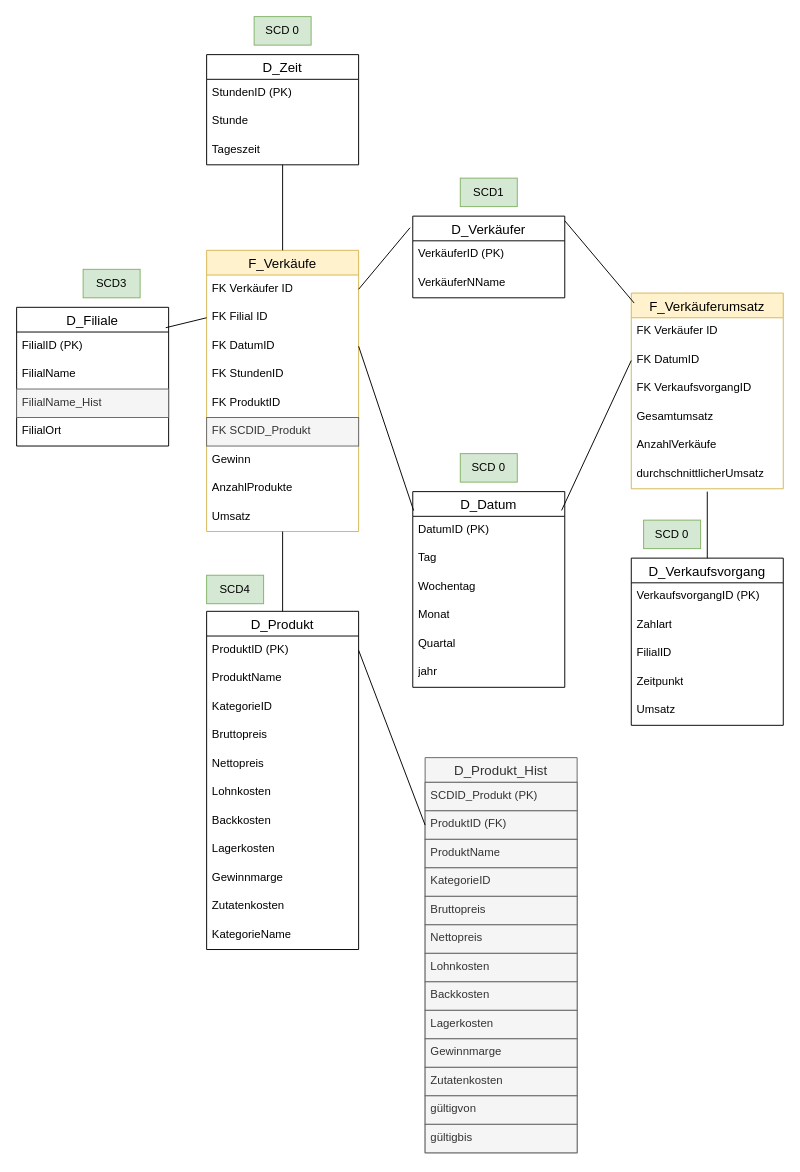
Above: Galaxyschema_BrotZeit_mitSCD.drawio in Thoerchen/BackZeit (draw.io), before the change. Source tidied: cells renumbered, new cells numbered last; positions are measured from the earlier drawing's top-left corner, leaving out a move shared by most shapes. Both pictures are drawn from the tidied source at 95%, with x=0, y=0 at pixel (16, 16).
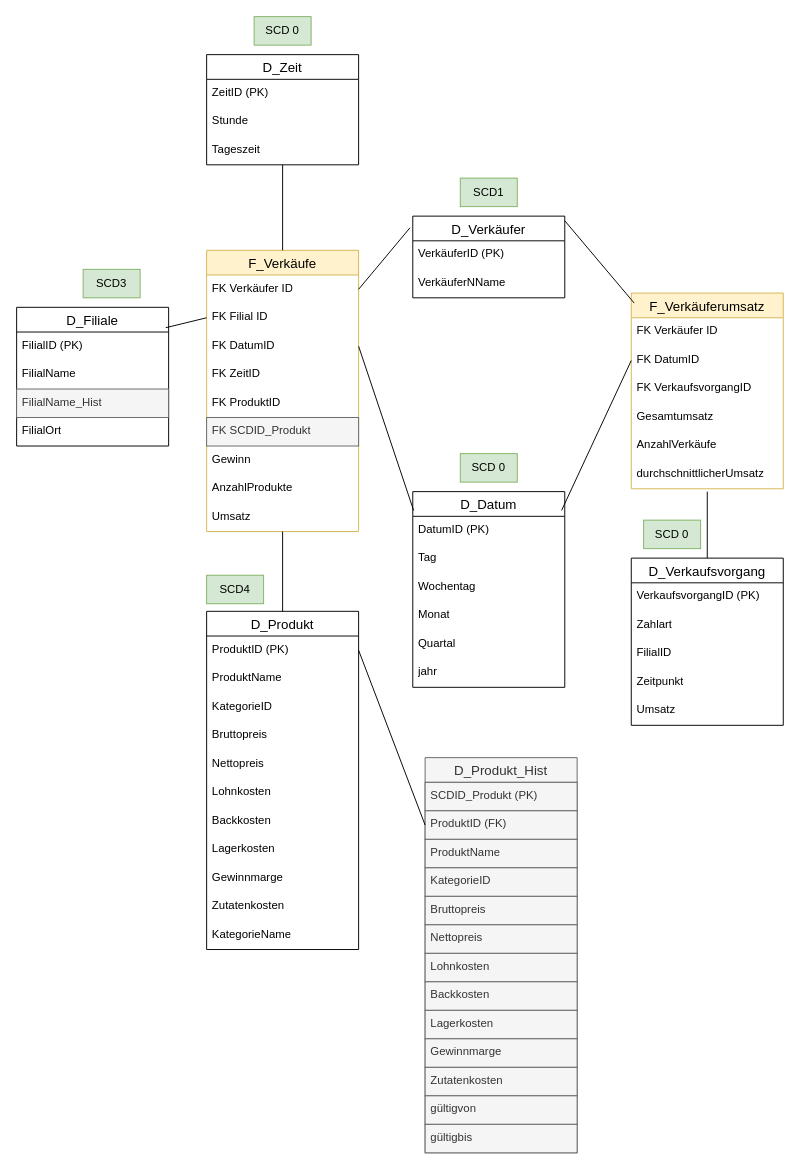
After the change.

Unchanged cells that the change refers to:
```xml
<mxCell id="2" value="F_Verkäufe" style="swimlane;fontStyle=0;horizontal=1;startSize=26;align=center;fontSize=14;fillColor=#fff2cc;strokeColor=#d6b656;" parent="1" vertex="1">
  <mxGeometry x="200" y="246" width="160" height="296" as="geometry" />
</mxCell>
<mxCell id="27" value="D_Zeit" style="swimlane;fontStyle=0;horizontal=1;startSize=26;align=center;fontSize=14;" parent="1" vertex="1">
  <mxGeometry x="200" y="40" width="160" height="116" as="geometry" />
</mxCell>
```

The edit, as a diff of the source:
```diff
@@
-    <mxCell id="6" value="FK StundenID" style="text;strokeColor=none;fillColor=none;spacingLeft=4;spacingRight=4;overflow=hidden;fontSize=12;whiteSpace=wrap;html=1;" parent="2" vertex="1">
+    <mxCell id="6" value="FK ZeitID" style="text;strokeColor=none;fillColor=none;spacingLeft=4;spacingRight=4;overflow=hidden;fontSize=12;whiteSpace=wrap;html=1;" parent="2" vertex="1">
       <mxGeometry y="116" width="160" height="30" as="geometry" />
     </mxCell>
@@
-    <mxCell id="28" value="StundenID (PK)" style="text;strokeColor=none;fillColor=none;spacingLeft=4;spacingRight=4;overflow=hidden;fontSize=12;whiteSpace=wrap;html=1;" parent="27" vertex="1">
+    <mxCell id="28" value="ZeitID (PK)" style="text;strokeColor=none;fillColor=none;spacingLeft=4;spacingRight=4;overflow=hidden;fontSize=12;whiteSpace=wrap;html=1;" parent="27" vertex="1">
       <mxGeometry y="26" width="160" height="30" as="geometry" />
     </mxCell>
```
